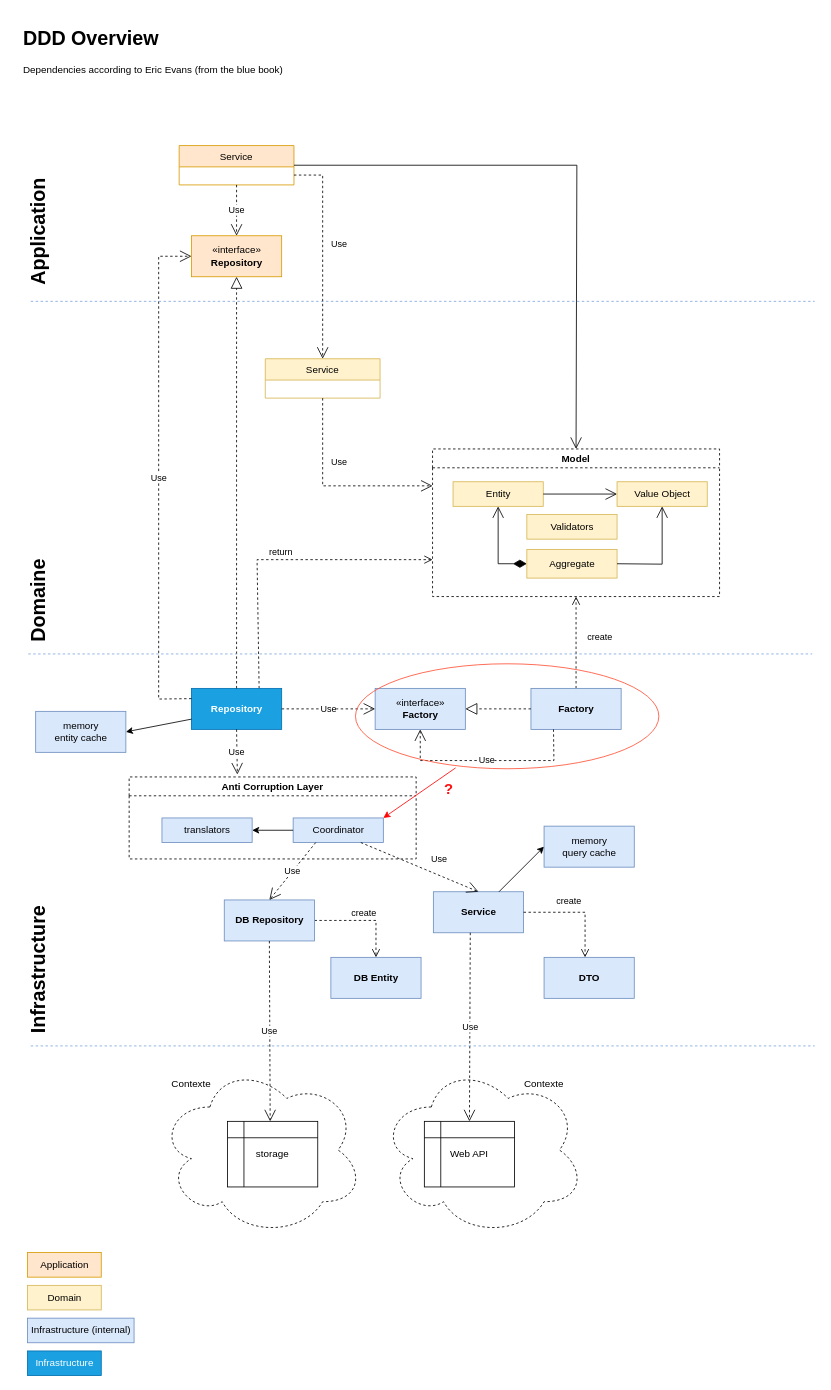
Above: DDD overview2.drawio in franck-gaspoz/DDD (draw.io), before the change. Source tidied: cells renumbered, new cells numbered last; positions are measured from the earlier drawing's top-left corner, leaving out a move shared by most shapes. Both pictures are drawn from the tidied source at 82%, with x=0, y=0 at pixel (14, 22).
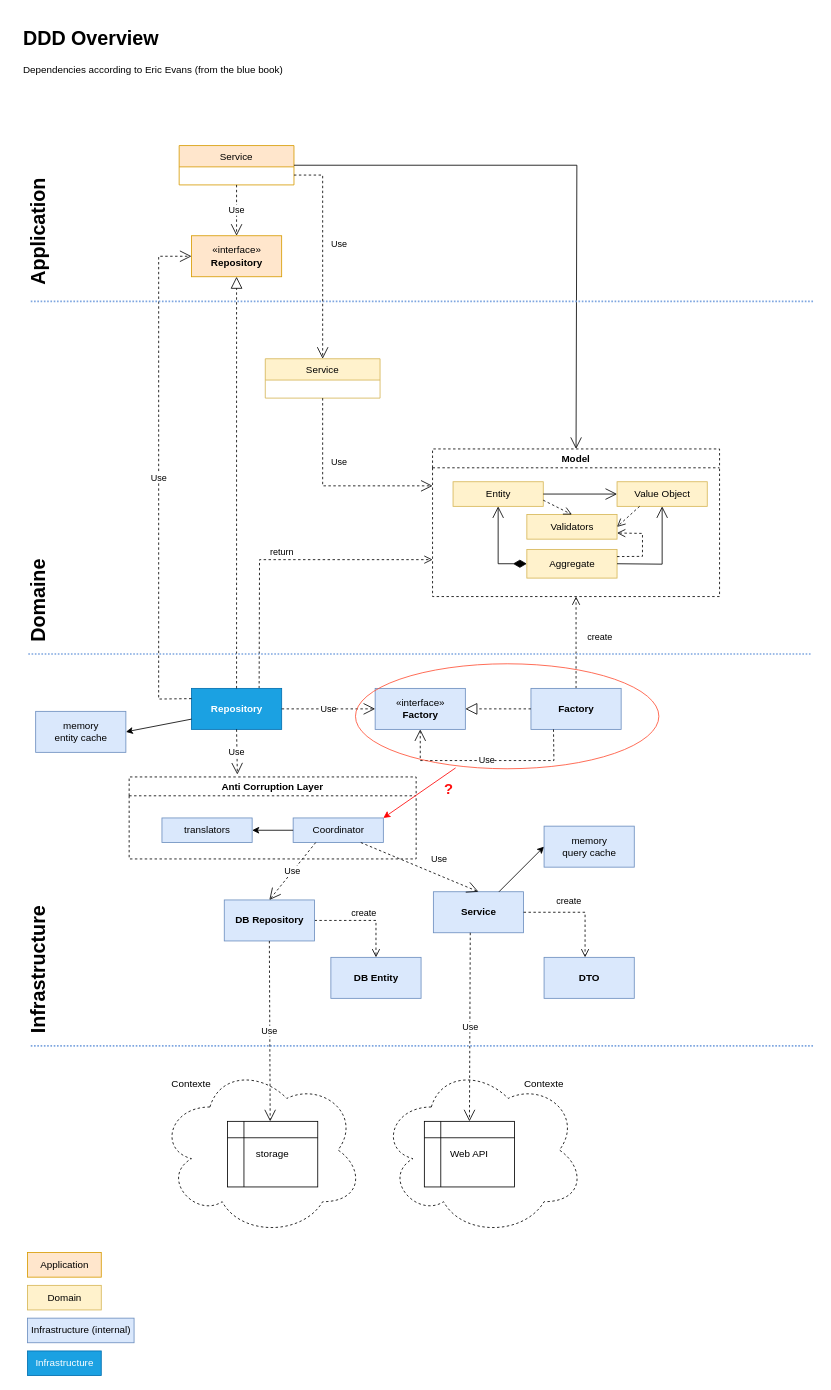
Above is the later version.

Commit message:
Mettre à jour DDD overview2.drawio

The change refers to these unchanged cells:
```xml
<mxCell id="12" value="&lt;b&gt;Repository&lt;/b&gt;" style="html=1;fillColor=#1ba1e2;strokeColor=#006EAF;fontColor=#ffffff;" parent="1" vertex="1">
  <mxGeometry x="216" y="812" width="110" height="50" as="geometry" />
</mxCell>
<mxCell id="39" value="Model" style="swimlane;dashed=1;" parent="1" vertex="1">
  <mxGeometry x="510" y="520" width="350" height="180" as="geometry" />
</mxCell>
<mxCell id="40" value="Value Object" style="html=1;fillColor=#fff2cc;strokeColor=#d6b656;" parent="39" vertex="1">
  <mxGeometry x="225" y="40" width="110" height="30" as="geometry" />
</mxCell>
<mxCell id="41" value="Entity" style="html=1;fillColor=#fff2cc;strokeColor=#d6b656;" parent="39" vertex="1">
  <mxGeometry x="25" y="40" width="110" height="30" as="geometry" />
</mxCell>
<mxCell id="42" value="Aggregate" style="html=1;fillColor=#fff2cc;strokeColor=#d6b656;" parent="39" vertex="1">
  <mxGeometry x="115" y="122.5" width="110" height="35" as="geometry" />
</mxCell>
<mxCell id="46" value="Validators" style="html=1;fillColor=#fff2cc;strokeColor=#d6b656;" parent="39" vertex="1">
  <mxGeometry x="115" y="80" width="110" height="30" as="geometry" />
</mxCell>
```

Diff of the diagram source:
```diff
@@
     <mxCell id="7" value="return" style="html=1;verticalAlign=bottom;endArrow=open;dashed=1;endSize=8;rounded=0;exitX=0.75;exitY=0;exitDx=0;exitDy=0;entryX=0;entryY=0.75;entryDx=0;entryDy=0;" parent="1" edge="1" source="12" target="39">
       <mxGeometry relative="1" as="geometry">
         <Array as="points">
-          <mxPoint x="296" y="655" />
+          <mxPoint x="299" y="655" />
         </Array>
       </mxGeometry>
     </mxCell>
@@
-    <mxCell id="17" style="endArrow=none;html=1;rounded=0;dashed=1;strokeColor=#7EA6E0;" parent="1" edge="1">
+    <mxCell id="17" style="endArrow=none;html=1;rounded=0;dashed=1;strokeColor=#7EA6E0;strokeWidth=2;dashPattern=1 1;" parent="1" edge="1">
       <mxGeometry relative="1" as="geometry">
         <mxPoint x="17" y="770" as="sourcePoint" />
         <mxPoint x="973" y="770" as="targetPoint" />
       </mxGeometry>
     </mxCell>
@@
-    <mxCell id="34" style="endArrow=none;html=1;rounded=0;fontColor=#000000;strokeColor=#7EA6E0;dashed=1;" parent="1" edge="1">
+    <mxCell id="34" style="endArrow=none;html=1;rounded=0;fontColor=#000000;strokeColor=#7EA6E0;dashed=1;strokeWidth=2;dashPattern=1 1;" parent="1" edge="1">
       <mxGeometry relative="1" as="geometry">
         <mxPoint x="20" y="340" as="sourcePoint" />
         <mxPoint x="976" y="340" as="targetPoint" />
       </mxGeometry>
     </mxCell>
@@
+    <mxCell id="66" style="html=1;verticalAlign=bottom;endArrow=open;dashed=1;endSize=8;rounded=0;entryX=1;entryY=0.5;entryDx=0;entryDy=0;strokeColor=#000000;exitX=0.25;exitY=1;exitDx=0;exitDy=0;" parent="39" edge="1" source="40" target="46">
+      <mxGeometry x="-0.05" y="-29" relative="1" as="geometry" />
+    </mxCell>
+    <mxCell id="67" style="html=1;verticalAlign=bottom;endArrow=open;dashed=1;endSize=8;rounded=0;entryX=1;entryY=0.75;entryDx=0;entryDy=0;strokeColor=#000000;exitX=1;exitY=0.25;exitDx=0;exitDy=0;" parent="39" edge="1" source="42" target="46">
+      <mxGeometry x="-0.05" y="-29" relative="1" as="geometry">
+        <Array as="points">
+          <mxPoint x="256" y="131" />
+          <mxPoint x="256" y="103" />
+        </Array>
+      </mxGeometry>
+    </mxCell>
+    <mxCell id="68" style="html=1;verticalAlign=bottom;endArrow=open;dashed=1;endSize=8;rounded=0;entryX=0.5;entryY=0;entryDx=0;entryDy=0;strokeColor=#000000;exitX=1;exitY=0.75;exitDx=0;exitDy=0;" parent="39" edge="1" source="41" target="46">
+      <mxGeometry x="-0.05" y="-29" relative="1" as="geometry" />
+    </mxCell>
@@
-    <mxCell id="52" style="endArrow=none;html=1;rounded=0;dashed=1;strokeColor=#7EA6E0;" parent="1" edge="1">
+    <mxCell id="52" style="endArrow=none;html=1;rounded=0;dashed=1;strokeColor=#7EA6E0;strokeWidth=2;dashPattern=1 1;" parent="1" edge="1">
       <mxGeometry relative="1" as="geometry">
         <mxPoint x="20" y="1248" as="sourcePoint" />
         <mxPoint x="976" y="1248" as="targetPoint" />
       </mxGeometry>
     </mxCell>
```
